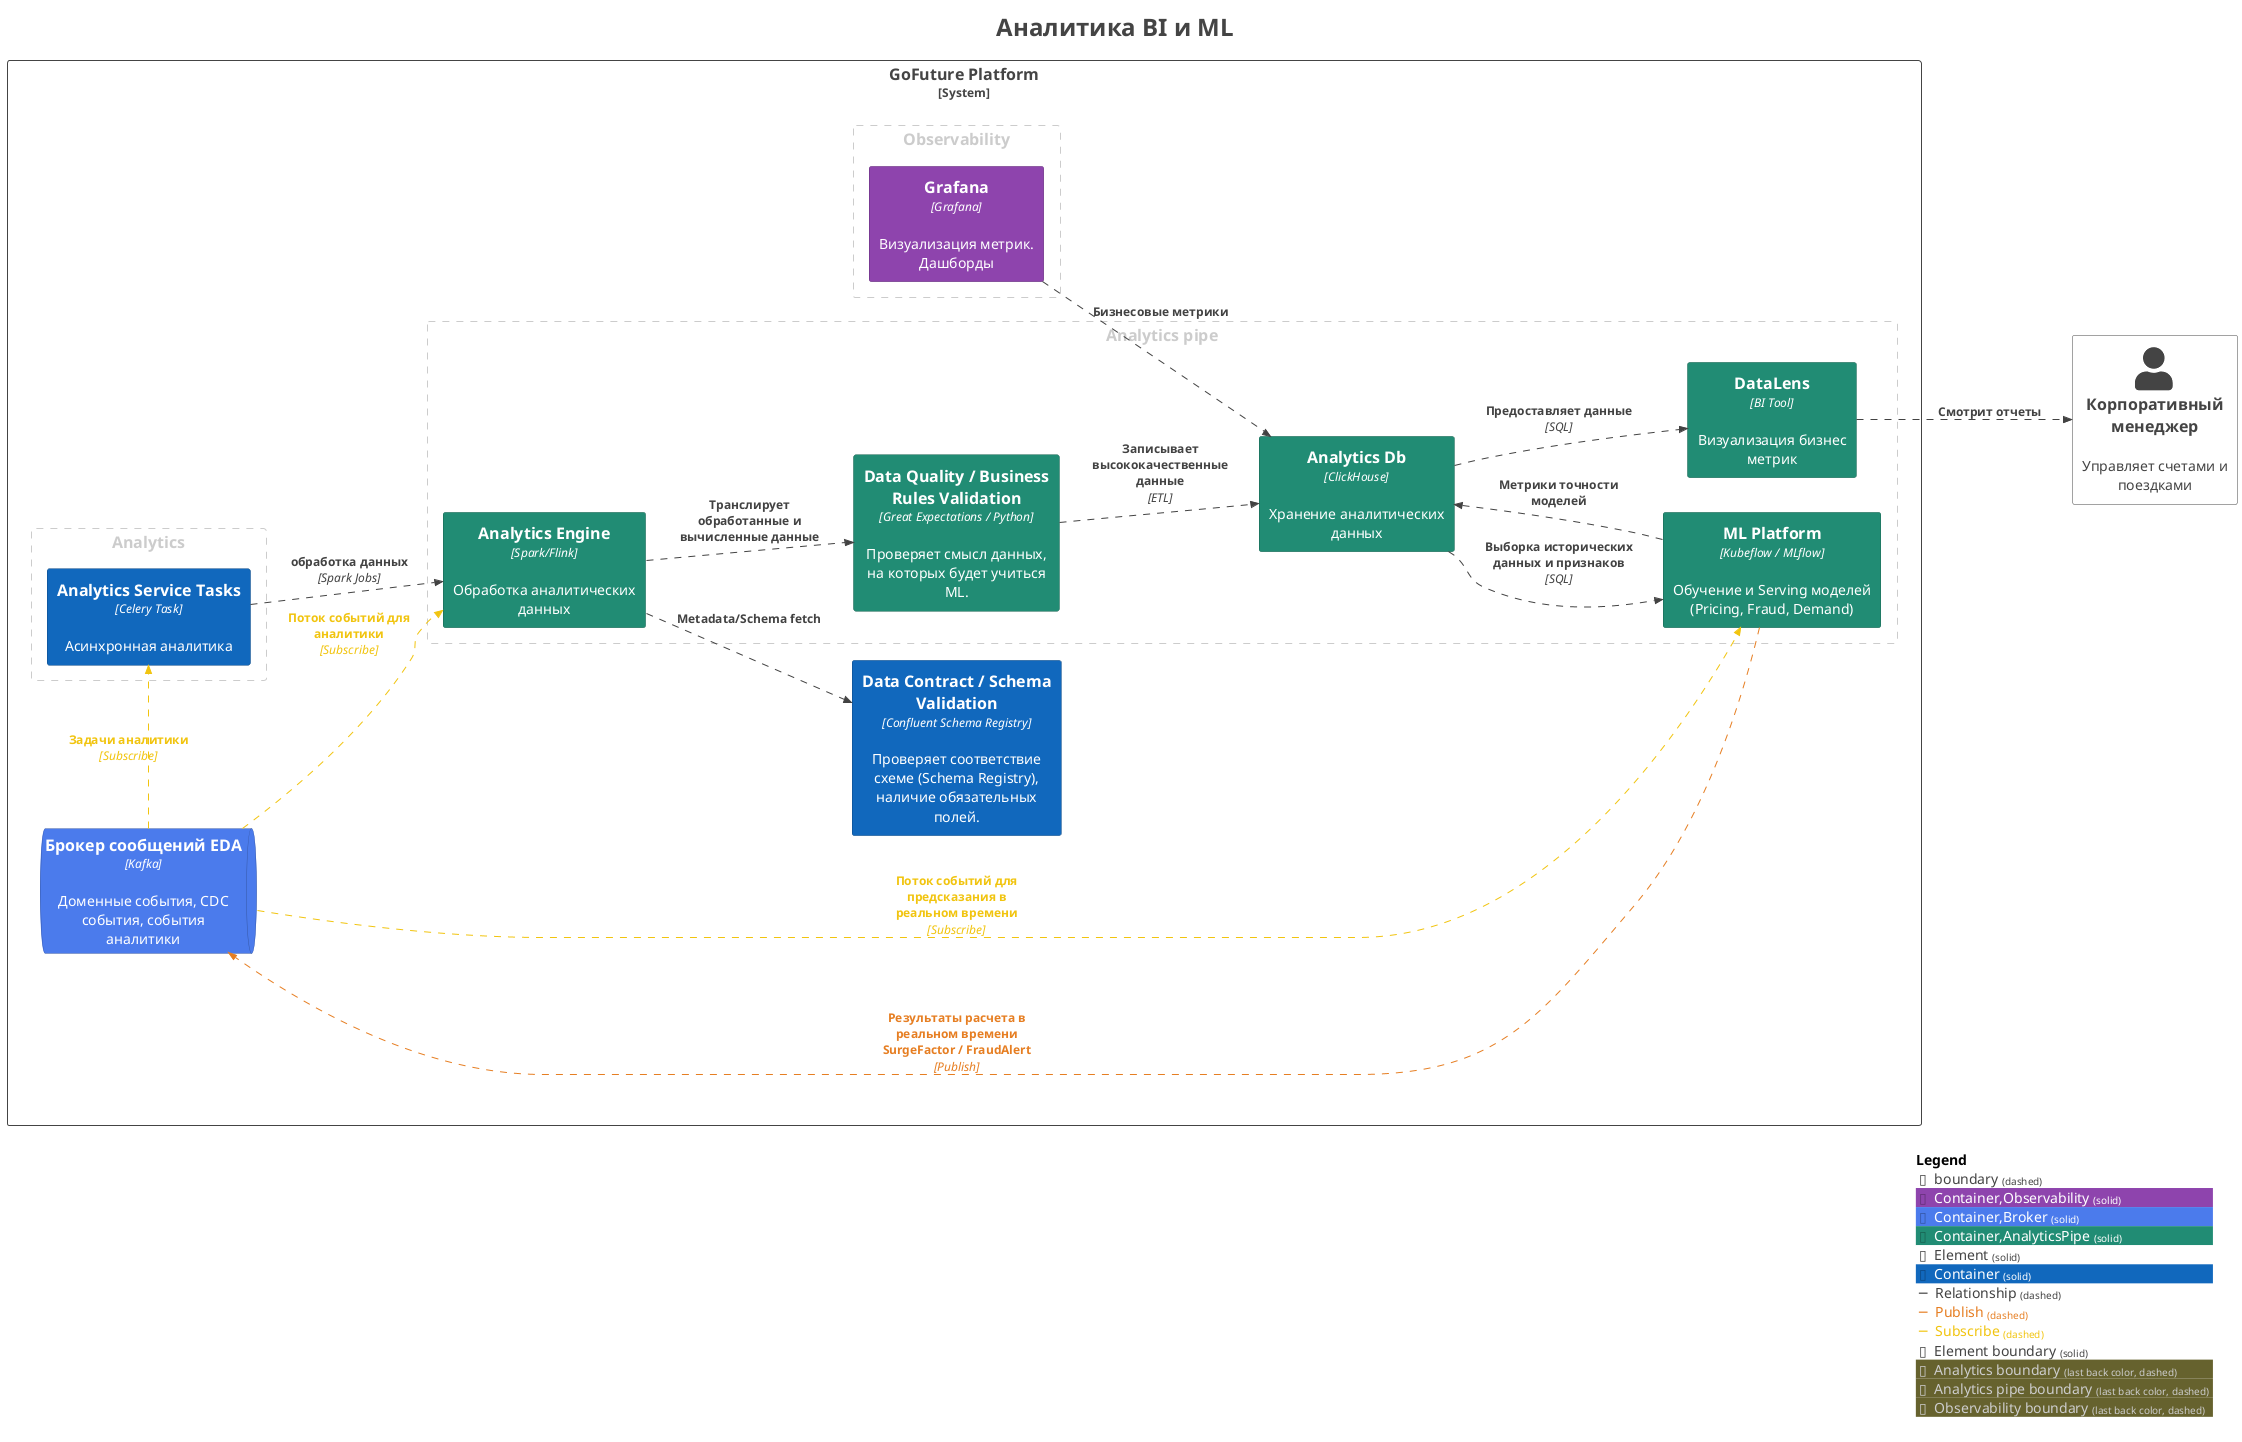
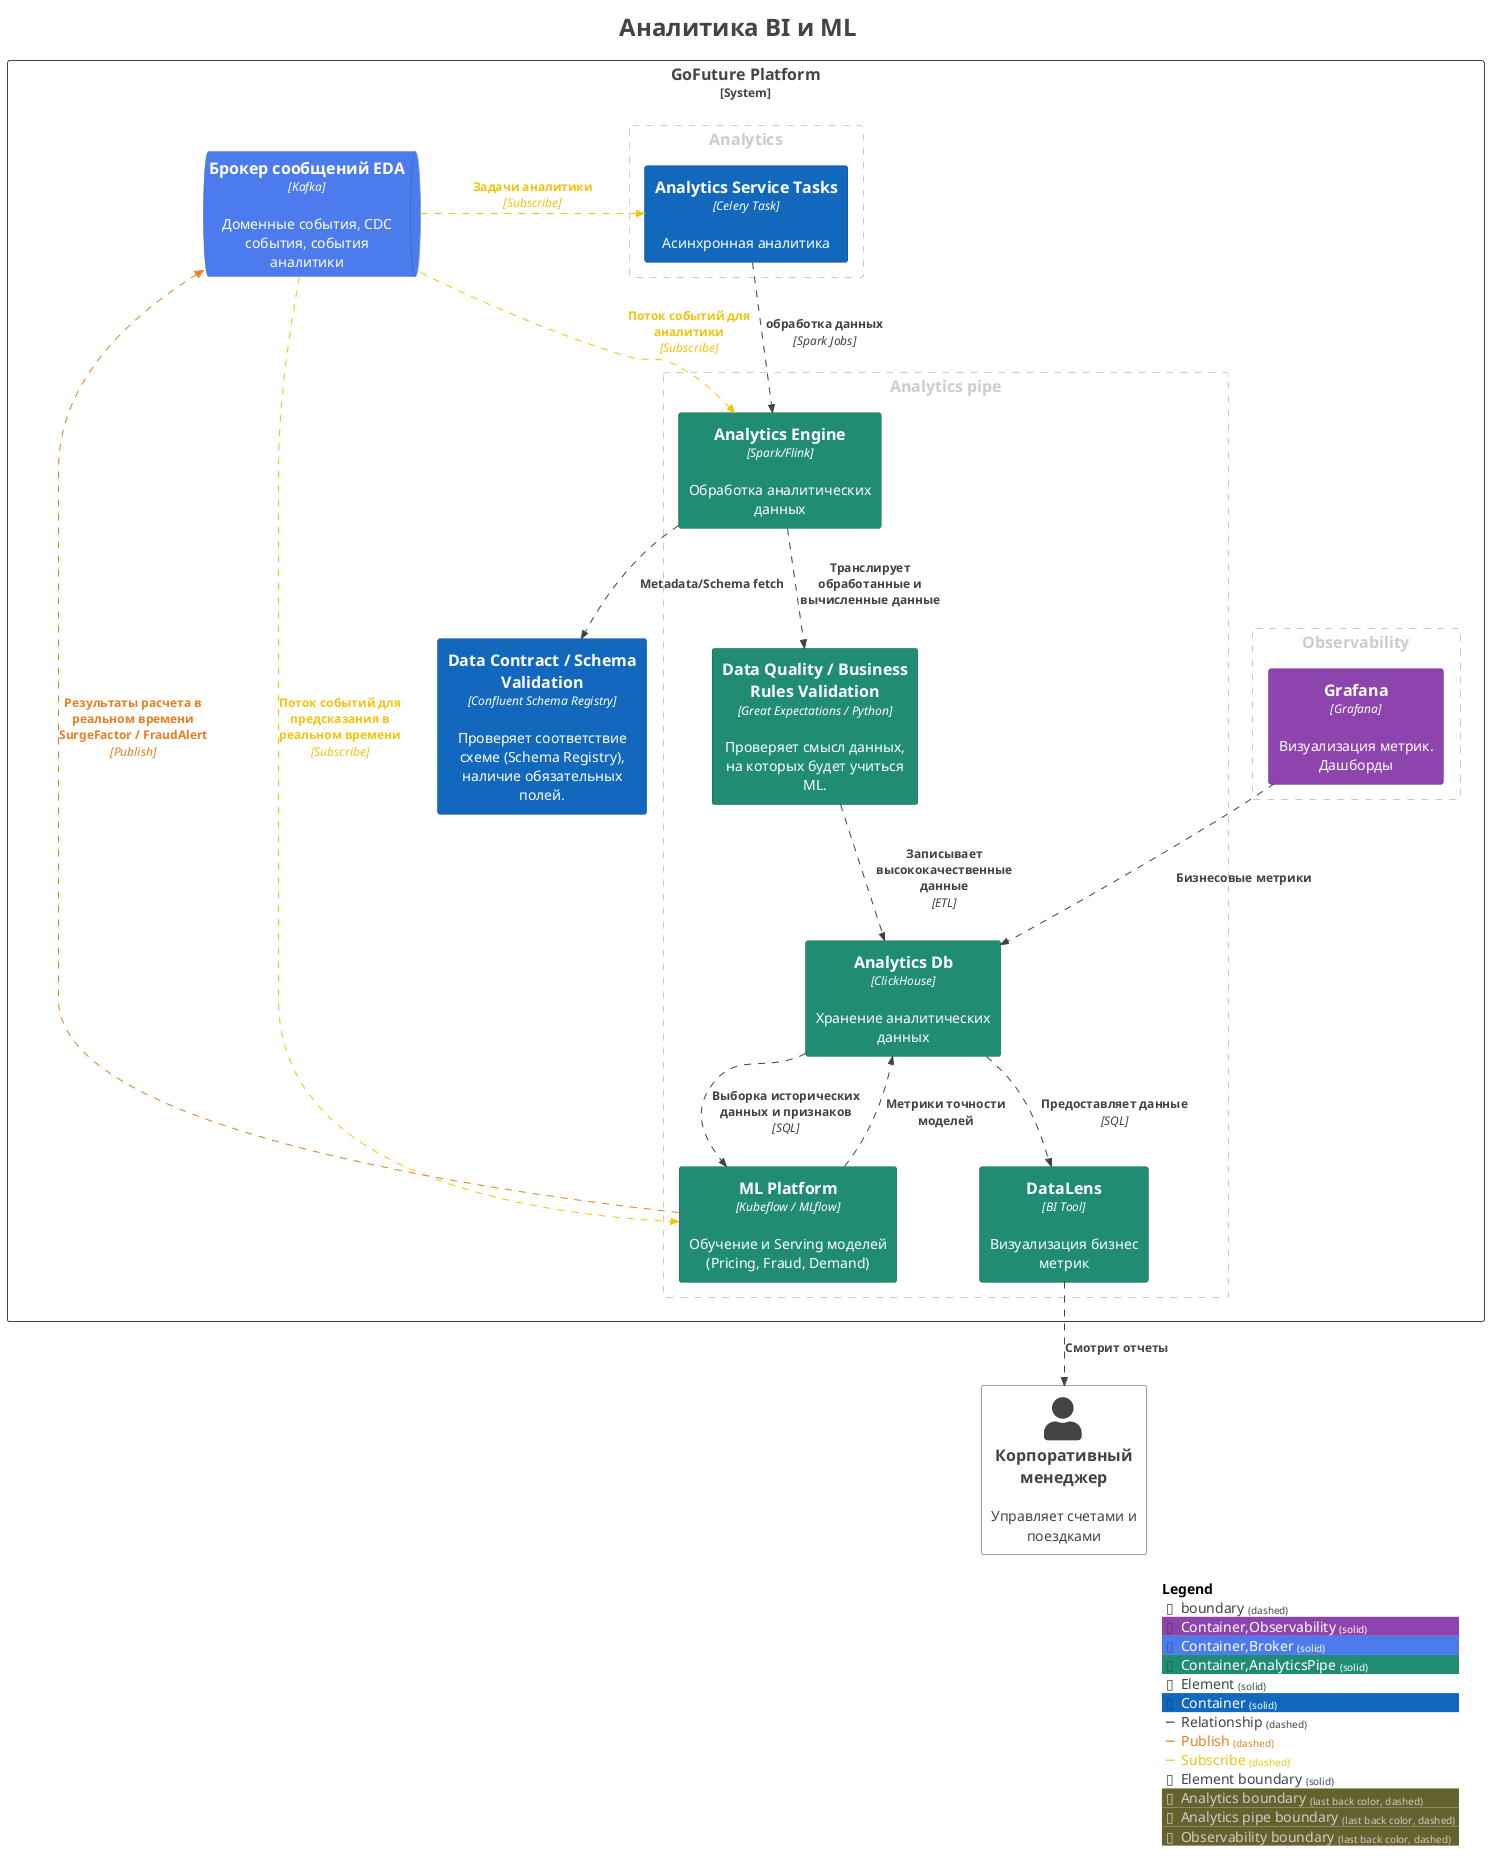
@startuml
title <size:24>Аналитика BI и ML</size>

set separator none
- left to right direction
+ top to bottom direction

<style>
  root {
    BackgroundColor: #ffffff
    FontColor: #444444
  }
</style>

!include <C4/C4>
!include <C4/C4_Context>
!include <C4/C4_Container>

AddElementTag("Container,Observability", $bgColor="#8e44ad", $borderColor="#632f79", $fontColor="#ffffff", $sprite="", $shadowing="", $borderStyle="solid")
AddElementTag("Container,Broker", $bgColor="#4b7bec", $borderColor="#3456a5", $fontColor="#ffffff", $sprite="", $shadowing="", $borderStyle="solid")
AddElementTag("Container,AnalyticsPipe", $bgColor="#218c74", $borderColor="#176251", $fontColor="#ffffff", $sprite="", $shadowing="", $borderStyle="solid")
AddElementTag("Element", $bgColor="#ffffff", $borderColor="#444444", $fontColor="#444444", $sprite="", $shadowing="", $borderStyle="solid")
AddElementTag("Container", $bgColor="#1168bd", $borderColor="#0b4884", $fontColor="#ffffff", $sprite="", $shadowing="", $borderStyle="solid")

AddRelTag("Relationship", $textColor="#424242", $lineColor="#424242", $lineStyle = DashedLine())
AddRelTag("Publish", $textColor="#e67e22", $lineColor="#e67e22", $lineStyle = DashedLine())
AddRelTag("Subscribe", $textColor="#f1c40f", $lineColor="#f1c40f", $lineStyle = DashedLine())

AddBoundaryTag("Element", $bgColor="#ffffff", $borderColor="#444444", $fontColor="#444444", $shadowing="", $borderStyle="solid")

Person(Корпоративныйменеджер, "Корпоративный менеджер", $descr="Управляет счетами и поездками", $tags="Element", $link="")

System_Boundary("GoFuturePlatform_boundary", "GoFuture Platform", $tags="Element") {
  AddBoundaryTag("Analytics", $borderColor="#cccccc", $fontColor="#cccccc", $borderStyle="dashed")
  Boundary(group_1, "Analytics", $tags="Analytics") {
    Container(GoFuturePlatform.AnalyticsServiceTasks, "Analytics Service Tasks", $techn="Celery Task", $descr="Асинхронная аналитика", $tags="Container", $link="")
  }

  AddBoundaryTag("Analytics pipe", $borderColor="#cccccc", $fontColor="#cccccc", $borderStyle="dashed")
  Boundary(group_2, "Analytics pipe", $tags="Analytics pipe") {
    Container(GoFuturePlatform.DataQualityBusinessRulesValidation, "Data Quality / Business Rules Validation", $techn="Great Expectations / Python", $descr="Проверяет смысл данных, на которых будет учиться ML.", $tags="Container,AnalyticsPipe", $link="")
    Container(GoFuturePlatform.MLPlatform, "ML Platform", $techn="Kubeflow / MLflow", $descr="Обучение и Serving моделей (Pricing, Fraud, Demand)", $tags="Container,AnalyticsPipe", $link="")
    Container(GoFuturePlatform.AnalyticsEngine, "Analytics Engine", $techn="Spark/Flink", $descr="Обработка аналитических данных", $tags="Container,AnalyticsPipe", $link="")
    Container(GoFuturePlatform.AnalyticsDb, "Analytics Db", $techn="ClickHouse", $descr="Хранение аналитических данных", $tags="Container,AnalyticsPipe", $link="")
    Container(GoFuturePlatform.DataLens, "DataLens", $techn="BI Tool", $descr="Визуализация бизнес метрик", $tags="Container,AnalyticsPipe", $link="")
  }

  AddBoundaryTag("Observability", $borderColor="#cccccc", $fontColor="#cccccc", $borderStyle="dashed")
  Boundary(group_3, "Observability", $tags="Observability") {
    Container(GoFuturePlatform.Grafana, "Grafana", $techn="Grafana", $descr="Визуализация метрик. Дашборды", $tags="Container,Observability", $link="")
  }

  ContainerQueue(GoFuturePlatform.БрокерсообщенийEDA, "Брокер сообщений EDA", $techn="Kafka", $descr="Доменные события, CDC события, события аналитики", $tags="Container,Broker", $link="")
  Container(GoFuturePlatform.DataContractSchemaValidation, "Data Contract / Schema Validation", $techn="Confluent Schema Registry", $descr="Проверяет соответствие схеме (Schema Registry), наличие обязательных полей.", $tags="Container", $link="")
}

Rel(GoFuturePlatform.БрокерсообщенийEDA, GoFuturePlatform.AnalyticsServiceTasks, "Задачи аналитики", $techn="Subscribe", $tags="Subscribe", $link="")
Rel(GoFuturePlatform.AnalyticsServiceTasks, GoFuturePlatform.AnalyticsEngine, "обработка данных", $techn="Spark Jobs", $tags="Relationship", $link="")
Rel(GoFuturePlatform.БрокерсообщенийEDA, GoFuturePlatform.AnalyticsEngine, "Поток событий для аналитики", $techn="Subscribe", $tags="Subscribe", $link="")
Rel(GoFuturePlatform.AnalyticsEngine, GoFuturePlatform.DataContractSchemaValidation, "Metadata/Schema fetch", $techn="", $tags="Relationship", $link="")
Rel(GoFuturePlatform.AnalyticsEngine, GoFuturePlatform.DataQualityBusinessRulesValidation, "Транслирует обработанные и вычисленные данные", $techn="", $tags="Relationship", $link="")
Rel(GoFuturePlatform.DataQualityBusinessRulesValidation, GoFuturePlatform.AnalyticsDb, "Записывает высококачественные данные", $techn="ETL", $tags="Relationship", $link="")
Rel(GoFuturePlatform.AnalyticsDb, GoFuturePlatform.MLPlatform, "Выборка исторических данных и признаков", $techn="SQL", $tags="Relationship", $link="")
Rel(GoFuturePlatform.БрокерсообщенийEDA, GoFuturePlatform.MLPlatform, "Поток событий для предсказания в реальном времени", $techn="Subscribe", $tags="Subscribe", $link="")
Rel(GoFuturePlatform.MLPlatform, GoFuturePlatform.БрокерсообщенийEDA, "Результаты расчета в реальном времени\nSurgeFactor / FraudAlert", $techn="Publish", $tags="Publish", $link="")
Rel(GoFuturePlatform.MLPlatform, GoFuturePlatform.AnalyticsDb, "Метрики точности моделей", $techn="", $tags="Relationship", $link="")
Rel(GoFuturePlatform.AnalyticsDb, GoFuturePlatform.DataLens, "Предоставляет данные", $techn="SQL", $tags="Relationship", $link="")
Rel(GoFuturePlatform.Grafana, GoFuturePlatform.AnalyticsDb, "Бизнесовые метрики", $techn="", $tags="Relationship", $link="")
Rel(GoFuturePlatform.DataLens, Корпоративныйменеджер, "Смотрит отчеты", $techn="", $tags="Relationship", $link="")

SHOW_LEGEND(true)
hide stereotypes
@enduml